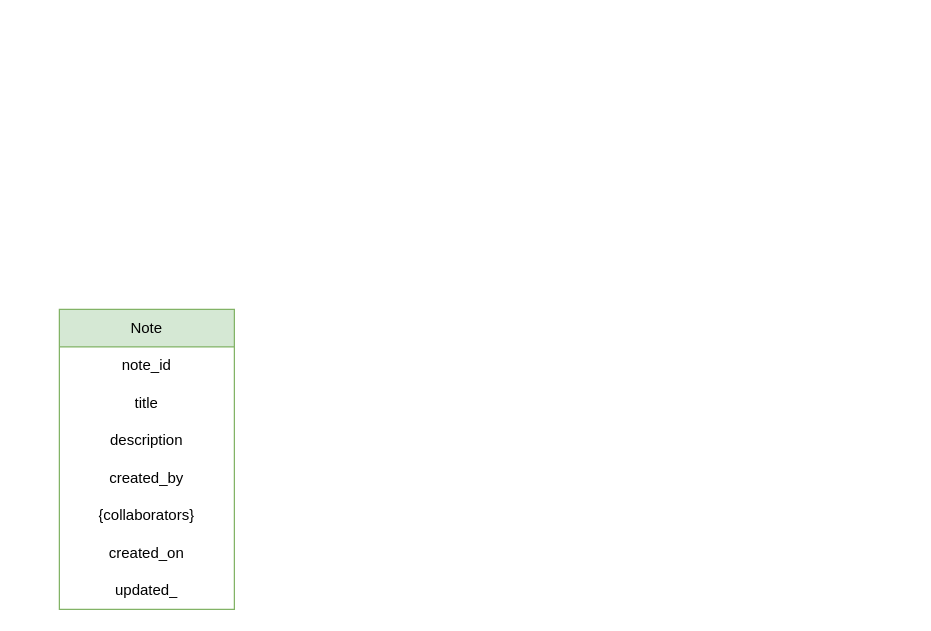
Above: collaborative-notes.drawio in supriya-kotturu/entity-relationship-diagrams (draw.io), before the change. Source tidied: cells renumbered, new cells numbered last; positions are measured from the earlier drawing's top-left corner, leaving out a move shared by most shapes. Both pictures are drawn from the tidied source at 125%, with x=0, y=0 at pixel (59, 309).
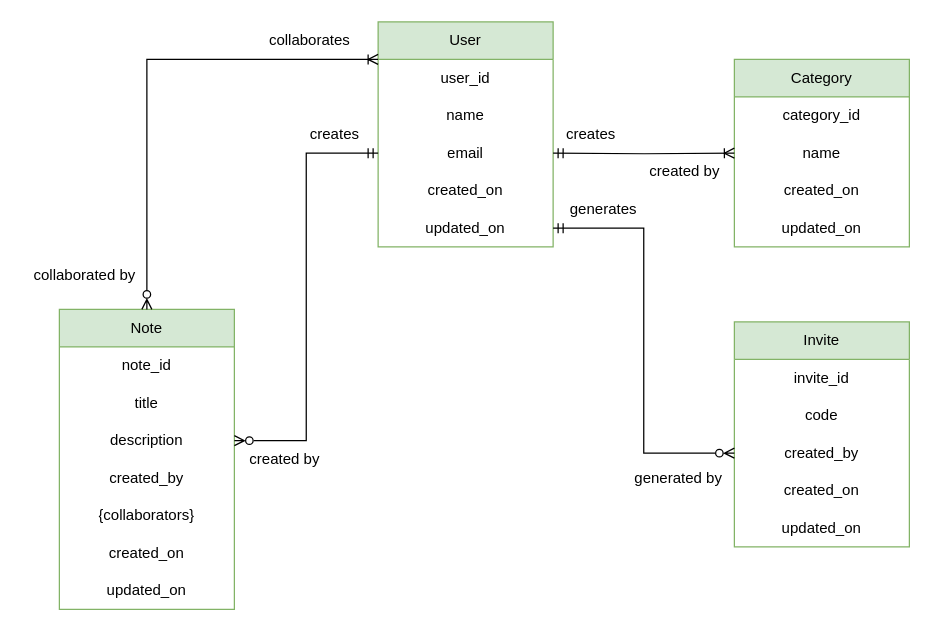
The same page after the edit.

Unchanged cells that the change refers to:
```xml
<mxCell id="2" value="Note" style="swimlane;fontStyle=0;horizontal=1;startSize=30;whiteSpace=wrap;html=1;fillColor=#d5e8d4;strokeColor=#82b366;align=center;" parent="1" vertex="1">
  <mxGeometry width="140" height="240" as="geometry" />
</mxCell>
<mxCell id="5" value="description" style="text;strokeColor=none;fillColor=none;align=center;verticalAlign=middle;spacingLeft=4;spacingRight=4;overflow=hidden;points=[[0,0.5],[1,0.5]];portConstraint=eastwest;whiteSpace=wrap;html=1;" parent="2" vertex="1">
  <mxGeometry y="90" width="140" height="30" as="geometry" />
</mxCell>
```

What changed in the source:
```diff
@@
-    <mxCell id="9" value="updated_" style="text;strokeColor=none;fillColor=none;align=center;verticalAlign=middle;spacingLeft=4;spacingRight=4;overflow=hidden;whiteSpace=wrap;html=1;" parent="2" vertex="1">
+    <mxCell id="9" value="updated_on" style="text;strokeColor=none;fillColor=none;align=center;verticalAlign=middle;spacingLeft=4;spacingRight=4;overflow=hidden;whiteSpace=wrap;html=1;" parent="2" vertex="1">
       <mxGeometry y="210" width="140" height="30" as="geometry" />
     </mxCell>
+    <mxCell id="10" value="User" style="swimlane;fontStyle=0;horizontal=1;startSize=30;whiteSpace=wrap;html=1;fillColor=#d5e8d4;strokeColor=#82b366;align=center;" parent="1" vertex="1">
+      <mxGeometry x="255" y="-230" width="140" height="180" as="geometry" />
+    </mxCell>
+    <mxCell id="11" value="user_id" style="text;strokeColor=none;fillColor=none;align=center;verticalAlign=middle;spacingLeft=4;spacingRight=4;overflow=hidden;whiteSpace=wrap;html=1;" parent="10" vertex="1">
+      <mxGeometry y="30" width="140" height="30" as="geometry" />
+    </mxCell>
+    <mxCell id="12" value="name" style="text;strokeColor=none;fillColor=none;align=center;verticalAlign=middle;spacingLeft=4;spacingRight=4;overflow=hidden;whiteSpace=wrap;html=1;" parent="10" vertex="1">
+      <mxGeometry y="60" width="140" height="30" as="geometry" />
+    </mxCell>
+    <mxCell id="13" value="email" style="text;strokeColor=none;fillColor=none;align=center;verticalAlign=middle;spacingLeft=4;spacingRight=4;overflow=hidden;points=[[0,0.5],[1,0.5]];portConstraint=eastwest;whiteSpace=wrap;html=1;" parent="10" vertex="1">
+      <mxGeometry y="90" width="140" height="30" as="geometry" />
+    </mxCell>
+    <mxCell id="14" value="created_on" style="text;strokeColor=none;fillColor=none;align=center;verticalAlign=middle;spacingLeft=4;spacingRight=4;overflow=hidden;whiteSpace=wrap;html=1;" parent="10" vertex="1">
+      <mxGeometry y="120" width="140" height="30" as="geometry" />
+    </mxCell>
+    <mxCell id="15" value="updated_on" style="text;strokeColor=none;fillColor=none;align=center;verticalAlign=middle;spacingLeft=4;spacingRight=4;overflow=hidden;points=[[0,0.5],[1,0.5]];portConstraint=eastwest;whiteSpace=wrap;html=1;" parent="10" vertex="1">
+      <mxGeometry y="150" width="140" height="30" as="geometry" />
+    </mxCell>
+    <mxCell id="16" style="edgeStyle=orthogonalEdgeStyle;rounded=0;jettySize=auto;html=1;entryX=0;entryY=0.5;entryDx=0;entryDy=0;startArrow=ERzeroToMany;startFill=0;endArrow=ERmandOne;endFill=0;" parent="1" edge="1" source="5" target="13">
+      <mxGeometry relative="1" as="geometry" />
+    </mxCell>
+    <mxCell id="17" value="creates" style="text;html=1;align=center;verticalAlign=middle;strokeColor=none;fillColor=none;" parent="1" vertex="1">
+      <mxGeometry x="190" y="-155" width="60" height="30" as="geometry" />
+    </mxCell>
+    <mxCell id="18" value="created by" style="text;html=1;align=center;verticalAlign=middle;strokeColor=none;fillColor=none;" parent="1" vertex="1">
+      <mxGeometry x="140" y="105" width="80" height="30" as="geometry" />
+    </mxCell>
+    <mxCell id="19" value="Category" style="swimlane;fontStyle=0;horizontal=1;startSize=30;whiteSpace=wrap;html=1;fillColor=#d5e8d4;strokeColor=#82b366;align=center;" parent="1" vertex="1">
+      <mxGeometry x="540" y="-200" width="140" height="150" as="geometry" />
+    </mxCell>
+    <mxCell id="20" value="category_id" style="text;strokeColor=none;fillColor=none;align=center;verticalAlign=middle;spacingLeft=4;spacingRight=4;overflow=hidden;whiteSpace=wrap;html=1;" parent="19" vertex="1">
+      <mxGeometry y="30" width="140" height="30" as="geometry" />
+    </mxCell>
+    <mxCell id="21" value="name" style="text;strokeColor=none;fillColor=none;align=center;verticalAlign=middle;spacingLeft=4;spacingRight=4;overflow=hidden;points=[[0,0.5],[1,0.5]];portConstraint=eastwest;whiteSpace=wrap;html=1;" parent="19" vertex="1">
+      <mxGeometry y="60" width="140" height="30" as="geometry" />
+    </mxCell>
+    <mxCell id="22" value="created_on" style="text;strokeColor=none;fillColor=none;align=center;verticalAlign=middle;spacingLeft=4;spacingRight=4;overflow=hidden;whiteSpace=wrap;html=1;" parent="19" vertex="1">
+      <mxGeometry y="90" width="140" height="30" as="geometry" />
+    </mxCell>
+    <mxCell id="23" value="updated_on" style="text;strokeColor=none;fillColor=none;align=center;verticalAlign=middle;spacingLeft=4;spacingRight=4;overflow=hidden;whiteSpace=wrap;html=1;" parent="19" vertex="1">
+      <mxGeometry y="120" width="140" height="30" as="geometry" />
+    </mxCell>
+    <mxCell id="24" style="edgeStyle=orthogonalEdgeStyle;rounded=0;jettySize=auto;html=1;entryX=0;entryY=0.5;entryDx=0;entryDy=0;startArrow=ERmandOne;startFill=0;endArrow=ERoneToMany;endFill=0;" parent="1" edge="1" target="21">
+      <mxGeometry relative="1" as="geometry">
+        <mxPoint x="395" y="-125" as="sourcePoint" />
+      </mxGeometry>
+    </mxCell>
+    <mxCell id="25" value="creates" style="text;html=1;align=center;verticalAlign=middle;strokeColor=none;fillColor=none;" parent="1" vertex="1">
+      <mxGeometry x="395" y="-155" width="60" height="30" as="geometry" />
+    </mxCell>
+    <mxCell id="26" value="created by" style="text;html=1;align=center;verticalAlign=middle;strokeColor=none;fillColor=none;" parent="1" vertex="1">
+      <mxGeometry x="460" y="-125" width="80" height="30" as="geometry" />
+    </mxCell>
+    <mxCell id="27" value="Invite" style="swimlane;fontStyle=0;horizontal=1;startSize=30;whiteSpace=wrap;html=1;fillColor=#d5e8d4;strokeColor=#82b366;align=center;" parent="1" vertex="1">
+      <mxGeometry x="540" y="10" width="140" height="180" as="geometry" />
+    </mxCell>
+    <mxCell id="28" value="invite_id" style="text;strokeColor=none;fillColor=none;align=center;verticalAlign=middle;spacingLeft=4;spacingRight=4;overflow=hidden;whiteSpace=wrap;html=1;" parent="27" vertex="1">
+      <mxGeometry y="30" width="140" height="30" as="geometry" />
+    </mxCell>
+    <mxCell id="29" value="code" style="text;strokeColor=none;fillColor=none;align=center;verticalAlign=middle;spacingLeft=4;spacingRight=4;overflow=hidden;whiteSpace=wrap;html=1;" parent="27" vertex="1">
+      <mxGeometry y="60" width="140" height="30" as="geometry" />
+    </mxCell>
+    <mxCell id="30" value="created_by" style="text;strokeColor=none;fillColor=none;align=center;verticalAlign=middle;spacingLeft=4;spacingRight=4;overflow=hidden;points=[[0,0.5],[1,0.5]];portConstraint=eastwest;whiteSpace=wrap;html=1;" parent="27" vertex="1">
+      <mxGeometry y="90" width="140" height="30" as="geometry" />
+    </mxCell>
+    <mxCell id="31" value="created_on" style="text;strokeColor=none;fillColor=none;align=center;verticalAlign=middle;spacingLeft=4;spacingRight=4;overflow=hidden;whiteSpace=wrap;html=1;" parent="27" vertex="1">
+      <mxGeometry y="120" width="140" height="30" as="geometry" />
+    </mxCell>
+    <mxCell id="32" value="updated_on" style="text;strokeColor=none;fillColor=none;align=center;verticalAlign=middle;spacingLeft=4;spacingRight=4;overflow=hidden;whiteSpace=wrap;html=1;" parent="27" vertex="1">
+      <mxGeometry y="150" width="140" height="30" as="geometry" />
+    </mxCell>
+    <mxCell id="33" style="edgeStyle=orthogonalEdgeStyle;rounded=0;jettySize=auto;html=1;entryX=0;entryY=0.5;entryDx=0;entryDy=0;startArrow=ERmandOne;startFill=0;endArrow=ERzeroToMany;endFill=0;" parent="1" edge="1" source="15" target="30">
+      <mxGeometry relative="1" as="geometry" />
+    </mxCell>
+    <mxCell id="34" value="generates" style="text;html=1;align=center;verticalAlign=middle;strokeColor=none;fillColor=none;" parent="1" vertex="1">
+      <mxGeometry x="395" y="-95" width="80" height="30" as="geometry" />
+    </mxCell>
+    <mxCell id="35" value="generated by" style="text;html=1;align=center;verticalAlign=middle;strokeColor=none;fillColor=none;" parent="1" vertex="1">
+      <mxGeometry x="450" y="120" width="90" height="30" as="geometry" />
+    </mxCell>
+    <mxCell id="36" style="edgeStyle=orthogonalEdgeStyle;rounded=0;jettySize=auto;html=1;entryX=0.5;entryY=0;entryDx=0;entryDy=0;startArrow=ERoneToMany;startFill=0;endArrow=ERzeroToMany;endFill=0;" parent="1" edge="1" source="10" target="2">
+      <mxGeometry relative="1" as="geometry">
+        <Array as="points">
+          <mxPoint x="70" y="-200" />
+        </Array>
+      </mxGeometry>
+    </mxCell>
+    <mxCell id="37" value="collaborates" style="text;html=1;align=center;verticalAlign=middle;strokeColor=none;fillColor=none;" parent="1" vertex="1">
+      <mxGeometry x="155" y="-230" width="90" height="30" as="geometry" />
+    </mxCell>
+    <mxCell id="38" value="collaborated by" style="text;html=1;align=center;verticalAlign=middle;strokeColor=none;fillColor=none;" parent="1" vertex="1">
+      <mxGeometry x="-30" y="-42" width="100" height="30" as="geometry" />
+    </mxCell>
```
